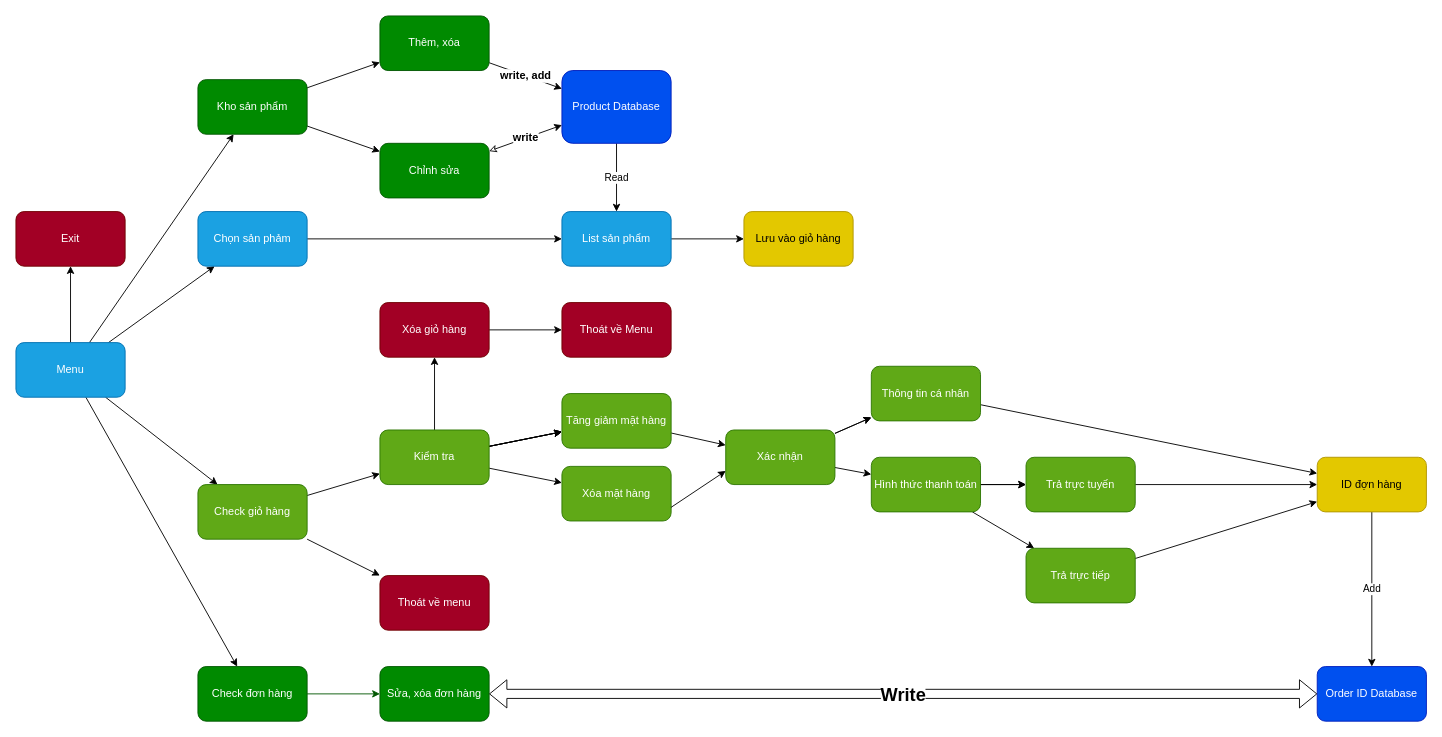
Earlier version of the draw.io diagram funtion.drawio (Kuzara365/Project-C). Source tidied: cells renumbered, new cells numbered last; positions are measured from the earlier drawing's top-left corner, leaving out a move shared by most shapes. Both pictures are drawn from the tidied source at 91%, with x=0, y=0 at pixel (15, 15).
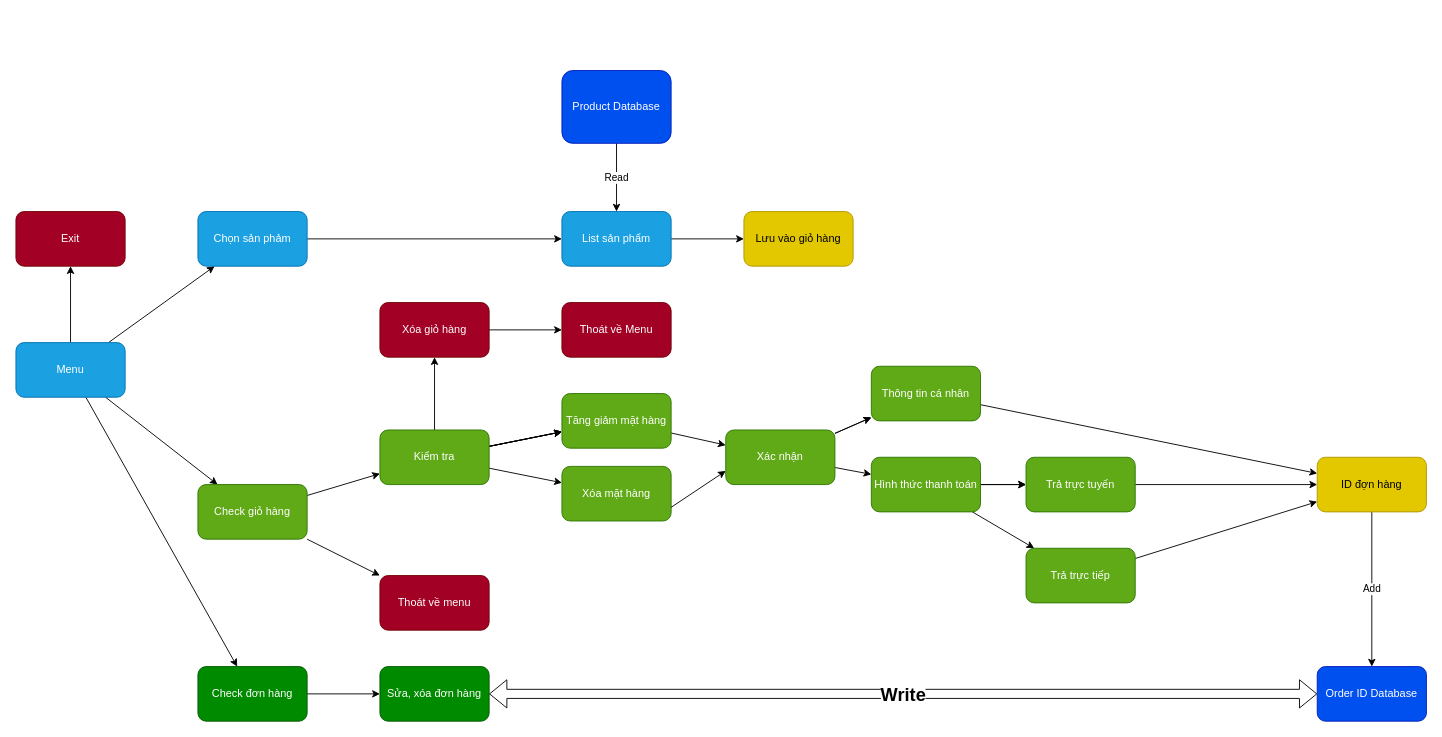
After the change.

Unchanged cells that the change refers to:
```xml
<mxCell id="7" value="Menu" style="rounded=1;whiteSpace=wrap;html=1;fillColor=#1ba1e2;fontColor=#ffffff;strokeColor=#006EAF;" parent="1" vertex="1">
  <mxGeometry y="359" width="120" height="60" as="geometry" />
</mxCell>
<mxCell id="17" value="Product Database" style="whiteSpace=wrap;html=1;rounded=1;fillColor=#0050ef;fontColor=#ffffff;strokeColor=#001DBC;" parent="1" vertex="1">
  <mxGeometry x="600" y="60" width="120" height="80" as="geometry" />
</mxCell>
<mxCell id="52" value="Check đơn hàng" style="rounded=1;whiteSpace=wrap;html=1;fillColor=#008a00;fontColor=#ffffff;strokeColor=#005700;" parent="1" vertex="1">
  <mxGeometry x="200" y="715" width="120" height="60" as="geometry" />
</mxCell>
<mxCell id="53" value="Sửa, xóa đơn hàng" style="whiteSpace=wrap;html=1;fillColor=#008a00;strokeColor=#005700;fontColor=#ffffff;rounded=1;" parent="1" vertex="1">
  <mxGeometry x="400" y="715" width="120" height="60" as="geometry" />
</mxCell>
```

Change to the diagram source:
```diff
@@
-    <mxCell id="6" style="edgeStyle=none;html=1;startArrow=none;startFill=0;" parent="1" edge="1" source="7" target="57">
-      <mxGeometry relative="1" as="geometry" />
-    </mxCell>
@@
-    <mxCell id="51" style="edgeStyle=none;html=1;fillColor=#008a00;strokeColor=#005700;" parent="1" edge="1" source="52" target="53">
+    <mxCell id="51" style="edgeStyle=none;html=1;" parent="1" edge="1" source="52" target="53">
       <mxGeometry relative="1" as="geometry" />
     </mxCell>
@@
-    <mxCell id="55" style="edgeStyle=none;html=1;startArrow=none;startFill=0;" parent="1" edge="1" source="57" target="59">
-      <mxGeometry relative="1" as="geometry" />
-    </mxCell>
-    <mxCell id="56" style="edgeStyle=none;html=1;startArrow=none;startFill=0;" parent="1" edge="1" source="57" target="61">
-      <mxGeometry relative="1" as="geometry" />
-    </mxCell>
-    <mxCell id="57" value="Kho sản phẩm" style="rounded=1;whiteSpace=wrap;html=1;fillColor=#008a00;fontColor=#ffffff;strokeColor=#005700;" parent="1" vertex="1">
-      <mxGeometry x="200" y="70" width="120" height="60" as="geometry" />
-    </mxCell>
-    <mxCell id="58" value="write, add" style="edgeStyle=none;html=1;startArrow=none;startFill=0;entryX=0;entryY=0.25;entryDx=0;entryDy=0;fontSize=12;fontStyle=1;" parent="1" edge="1" source="59" target="17">
-      <mxGeometry relative="1" as="geometry" />
-    </mxCell>
-    <mxCell id="59" value="Thêm, xóa" style="rounded=1;whiteSpace=wrap;html=1;fillColor=#008a00;fontColor=#ffffff;strokeColor=#005700;" parent="1" vertex="1">
-      <mxGeometry x="400" width="120" height="60" as="geometry" />
-    </mxCell>
-    <mxCell id="60" value="write" style="edgeStyle=none;html=1;entryX=0;entryY=0.75;entryDx=0;entryDy=0;startArrow=classic;startFill=0;fontSize=12;fontStyle=1;" parent="1" edge="1" source="61" target="17">
-      <mxGeometry relative="1" as="geometry" />
-    </mxCell>
-    <mxCell id="61" value="Chỉnh sửa" style="rounded=1;whiteSpace=wrap;html=1;fillColor=#008a00;fontColor=#ffffff;strokeColor=#005700;" parent="1" vertex="1">
-      <mxGeometry x="400" y="140" width="120" height="60" as="geometry" />
-    </mxCell>
```
